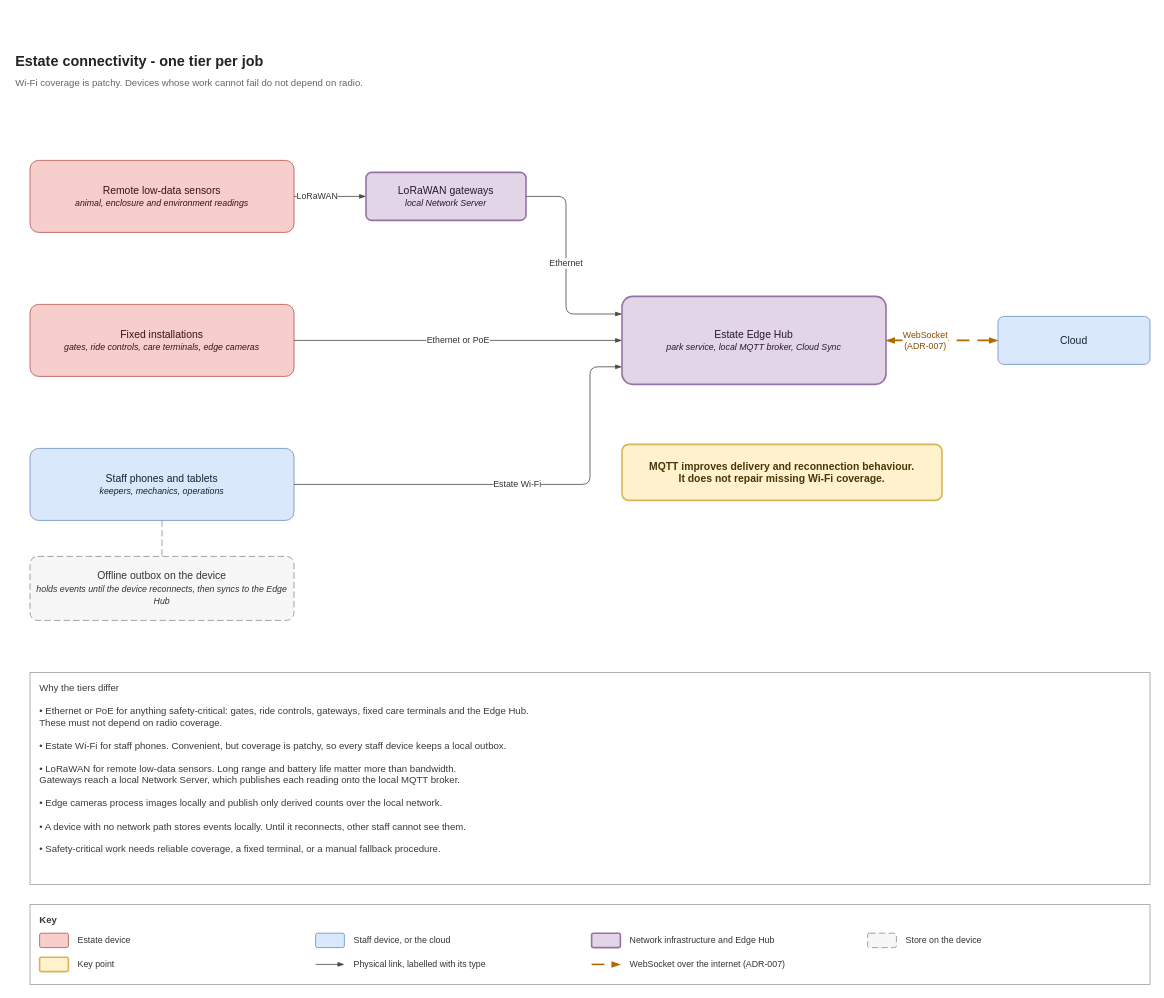
Above: diagrams/connectivity-tiers.drawio in malloc37/ByteDojoArchiKata2026 (draw.io), before the change. Source tidied: cells renumbered, new cells numbered last; positions are measured from the earlier drawing's top-left corner, leaving out a move shared by most shapes. Both pictures are drawn from the tidied source at 80%, with x=0, y=0 at pixel (14, 50).
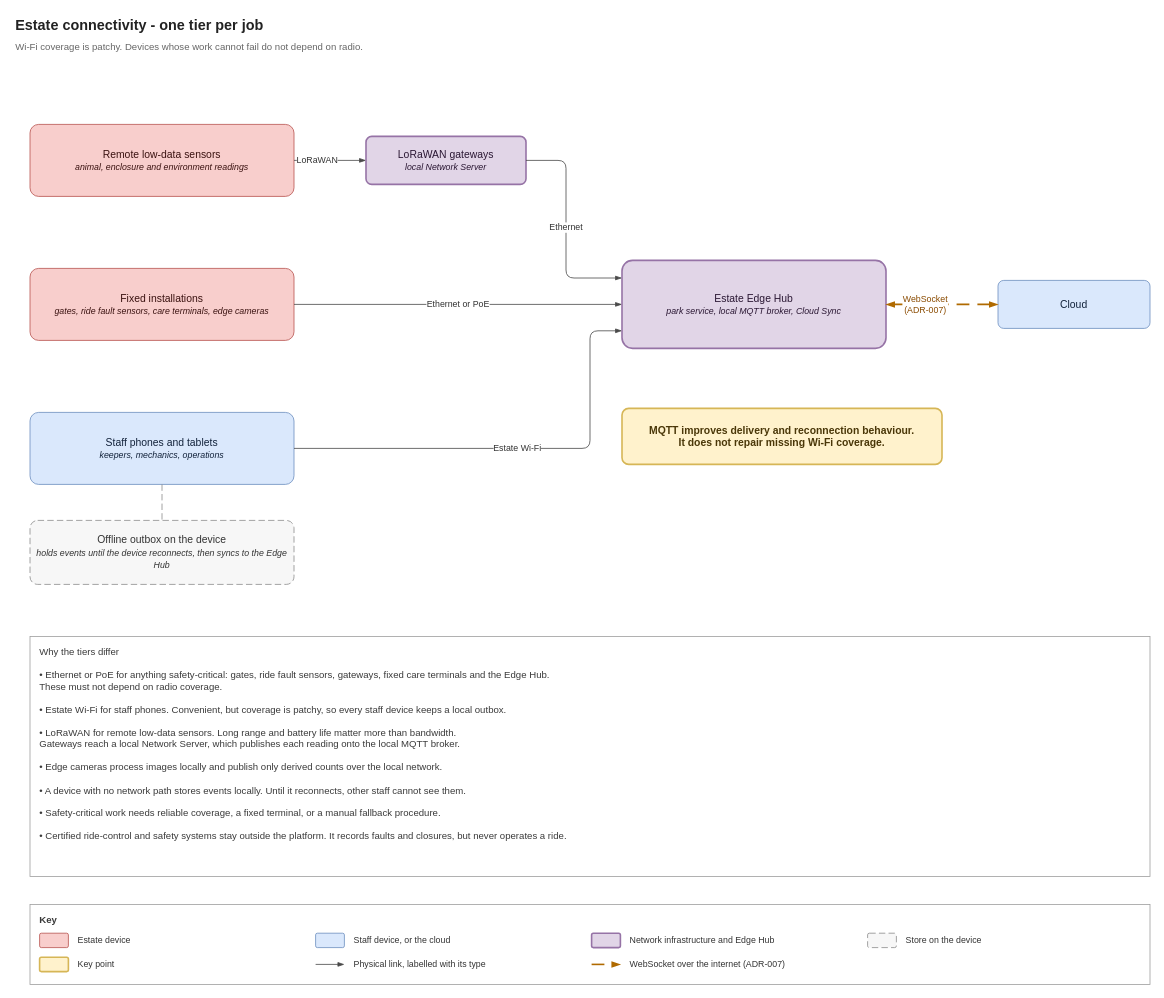
After the change.

The edit, as a diff of the source:
```diff
@@
     <mxCell id="2" value="Estate connectivity - one tier per job" style="text;html=1;align=left;verticalAlign=middle;fontSize=18;fontStyle=1;fontColor=#222222;" parent="1" vertex="1">
-      <mxGeometry width="1200" height="30" as="geometry" />
+      <mxGeometry y="-45" width="1200" height="30" as="geometry" />
     </mxCell>
     <mxCell id="3" value="Wi-Fi coverage is patchy. Devices whose work cannot fail do not depend on radio." style="text;html=1;align=left;verticalAlign=middle;fontSize=12;fontColor=#666666;" parent="1" vertex="1">
-      <mxGeometry y="30" width="1200" height="22" as="geometry" />
+      <mxGeometry y="-15" width="1200" height="22" as="geometry" />
     </mxCell>
     <mxCell id="4" value="Remote low-data sensors&#10;&lt;i style='font-size:11px'&gt;animal, enclosure and environment readings&lt;/i&gt;" style="rounded=1;whiteSpace=wrap;html=1;arcSize=12;fontSize=13;verticalAlign=middle;fillColor=#F8CECC;strokeColor=#B85450;fontColor=#3A1210;" parent="1" vertex="1">
-      <mxGeometry x="20" y="138" width="330" height="90" as="geometry" />
+      <mxGeometry x="20" y="93" width="330" height="90" as="geometry" />
     </mxCell>
-    <mxCell id="5" value="Fixed installations&#10;&lt;i style='font-size:11px'&gt;gates, ride controls, care terminals, edge cameras&lt;/i&gt;" style="rounded=1;whiteSpace=wrap;html=1;arcSize=12;fontSize=13;verticalAlign=middle;fillColor=#F8CECC;strokeColor=#B85450;fontColor=#3A1210;" parent="1" vertex="1">
-      <mxGeometry x="20" y="318" width="330" height="90" as="geometry" />
+    <mxCell id="5" value="Fixed installations&#10;&lt;i style='font-size:11px'&gt;gates, ride fault sensors, care terminals, edge cameras&lt;/i&gt;" style="rounded=1;whiteSpace=wrap;html=1;arcSize=12;fontSize=13;verticalAlign=middle;fillColor=#F8CECC;strokeColor=#B85450;fontColor=#3A1210;" parent="1" vertex="1">
+      <mxGeometry x="20" y="273" width="330" height="90" as="geometry" />
     </mxCell>
     <mxCell id="6" value="Staff phones and tablets&#10;&lt;i style='font-size:11px'&gt;keepers, mechanics, operations&lt;/i&gt;" style="rounded=1;whiteSpace=wrap;html=1;arcSize=12;fontSize=13;verticalAlign=middle;fillColor=#DAE8FC;strokeColor=#6C8EBF;fontColor=#12223A;" parent="1" vertex="1">
-      <mxGeometry x="20" y="498" width="330" height="90" as="geometry" />
+      <mxGeometry x="20" y="453" width="330" height="90" as="geometry" />
     </mxCell>
     <mxCell id="7" value="Offline outbox on the device&#10;&lt;i style='font-size:11px'&gt;holds events until the device reconnects, then syncs to the Edge Hub&lt;/i&gt;" style="rounded=1;whiteSpace=wrap;html=1;arcSize=12;fontSize=13;verticalAlign=middle;fillColor=#F7F7F7;strokeColor=#8C8C8C;dashed=1;dashPattern=8 4;fontColor=#333333;" parent="1" vertex="1">
-      <mxGeometry x="20" y="633" width="330" height="80" as="geometry" />
+      <mxGeometry x="20" y="588" width="330" height="80" as="geometry" />
     </mxCell>
     <mxCell id="8" value="LoRaWAN gateways&#10;&lt;i style='font-size:11px'&gt;local Network Server&lt;/i&gt;" style="rounded=1;whiteSpace=wrap;html=1;arcSize=12;fontSize=13;verticalAlign=middle;fillColor=#E1D5E7;strokeColor=#9673A6;strokeWidth=2;fontColor=#2A1733;" parent="1" vertex="1">
-      <mxGeometry x="440" y="153" width="200" height="60" as="geometry" />
+      <mxGeometry x="440" y="108" width="200" height="60" as="geometry" />
     </mxCell>
     <mxCell id="9" value="Estate Edge Hub&#10;&lt;i style='font-size:11px'&gt;park service, local MQTT broker, Cloud Sync&lt;/i&gt;" style="rounded=1;whiteSpace=wrap;html=1;arcSize=12;fontSize=13;verticalAlign=middle;fillColor=#E1D5E7;strokeColor=#9673A6;strokeWidth=2;fontColor=#2A1733;" parent="1" vertex="1">
-      <mxGeometry x="760" y="308" width="330" height="110" as="geometry" />
+      <mxGeometry x="760" y="263" width="330" height="110" as="geometry" />
     </mxCell>
     <mxCell id="10" value="Cloud" style="rounded=1;whiteSpace=wrap;html=1;arcSize=12;fontSize=13;verticalAlign=middle;fillColor=#DAE8FC;strokeColor=#6C8EBF;fontColor=#12223A;" parent="1" vertex="1">
-      <mxGeometry x="1230" y="333" width="190" height="60" as="geometry" />
+      <mxGeometry x="1230" y="288" width="190" height="60" as="geometry" />
     </mxCell>
@@
     <mxCell id="12" value="Ethernet" style="edgeStyle=orthogonalEdgeStyle;rounded=1;html=1;fontSize=11;endArrow=blockThin;endFill=1;strokeColor=#4A4A4A;labelBackgroundColor=#FFFFFF;fontColor=#333333;exitX=1;exitY=0.5;entryX=0;entryY=0.2;" parent="1" edge="1" source="8" target="9">
       <mxGeometry relative="1" as="geometry">
         <Array as="points">
-          <mxPoint x="690" y="183" />
-          <mxPoint x="690" y="330" />
+          <mxPoint x="690" y="138" />
+          <mxPoint x="690" y="285" />
         </Array>
       </mxGeometry>
     </mxCell>
@@
     <mxCell id="14" value="Estate Wi-Fi" style="edgeStyle=orthogonalEdgeStyle;rounded=1;html=1;fontSize=11;endArrow=blockThin;endFill=1;strokeColor=#4A4A4A;labelBackgroundColor=#FFFFFF;fontColor=#333333;exitX=1;exitY=0.5;entryX=0;entryY=0.8;" parent="1" edge="1" source="6" target="9">
       <mxGeometry relative="1" as="geometry">
         <Array as="points">
-          <mxPoint x="720" y="543" />
-          <mxPoint x="720" y="396" />
+          <mxPoint x="720" y="498" />
+          <mxPoint x="720" y="351" />
         </Array>
       </mxGeometry>
     </mxCell>
@@
     <mxCell id="17" value="MQTT improves delivery and reconnection behaviour.&#10;It does not repair missing Wi-Fi coverage." style="rounded=1;whiteSpace=wrap;html=1;arcSize=12;fontSize=13;verticalAlign=middle;fillColor=#FFF2CC;strokeColor=#D6B656;strokeWidth=2;fontColor=#4A3708;fontStyle=1;" parent="1" vertex="1">
-      <mxGeometry x="760" y="493" width="400" height="70" as="geometry" />
+      <mxGeometry x="760" y="448" width="400" height="70" as="geometry" />
     </mxCell>
-    <mxCell id="18" value="Why the tiers differ&#10;&#10;•  Ethernet or PoE for anything safety-critical: gates, ride controls, gateways, fixed care terminals and the Edge Hub.&#10;    These must not depend on radio coverage.&#10;&#10;•  Estate Wi-Fi for staff phones. Convenient, but coverage is patchy, so every staff device keeps a local outbox.&#10;&#10;•  LoRaWAN for remote low-data sensors. Long range and battery life matter more than bandwidth.&#10;    Gateways reach a local Network Server, which publishes each reading onto the local MQTT broker.&#10;&#10;•  Edge cameras process images locally and publish only derived counts over the local network.&#10;&#10;•  A device with no network path stores events locally. Until it reconnects, other staff cannot see them.&#10;&#10;•  Safety-critical work needs reliable coverage, a fixed terminal, or a manual fallback procedure." style="rounded=0;whiteSpace=wrap;html=1;fillColor=#FFFFFF;strokeColor=#9E9E9E;fontColor=#3A3A3A;align=left;verticalAlign=top;fontSize=12;spacingLeft=10;spacingTop=6;" parent="1" vertex="1">
-      <mxGeometry x="20" y="778" width="1400" height="265" as="geometry" />
+    <mxCell id="18" value="Why the tiers differ&#10;&#10;•  Ethernet or PoE for anything safety-critical: gates, ride fault sensors, gateways, fixed care terminals and the Edge Hub.&#10;    These must not depend on radio coverage.&#10;&#10;•  Estate Wi-Fi for staff phones. Convenient, but coverage is patchy, so every staff device keeps a local outbox.&#10;&#10;•  LoRaWAN for remote low-data sensors. Long range and battery life matter more than bandwidth.&#10;    Gateways reach a local Network Server, which publishes each reading onto the local MQTT broker.&#10;&#10;•  Edge cameras process images locally and publish only derived counts over the local network.&#10;&#10;•  A device with no network path stores events locally. Until it reconnects, other staff cannot see them.&#10;&#10;•  Safety-critical work needs reliable coverage, a fixed terminal, or a manual fallback procedure.&#10;&#10;•  Certified ride-control and safety systems stay outside the platform. It records faults and closures, but never operates a ride." style="rounded=0;whiteSpace=wrap;html=1;fillColor=#FFFFFF;strokeColor=#9E9E9E;fontColor=#3A3A3A;align=left;verticalAlign=top;fontSize=12;spacingLeft=10;spacingTop=6;" parent="1" vertex="1">
+      <mxGeometry x="20" y="733" width="1400" height="300" as="geometry" />
     </mxCell>
```
